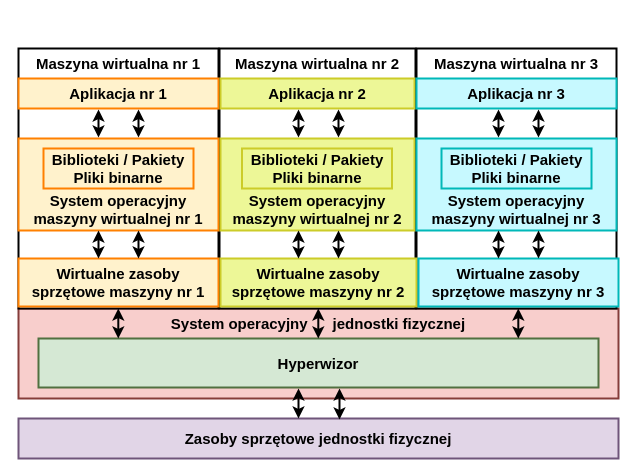
The draw.io diagram Virtualization.drawio in pabloducato/draw.io, before the edit. Source tidied: cells renumbered, new cells numbered last; positions are measured from the earlier drawing's top-left corner, leaving out a move shared by most shapes. Both pictures are drawn from the tidied source at 100%, with x=0, y=0 at pixel (18, 48).
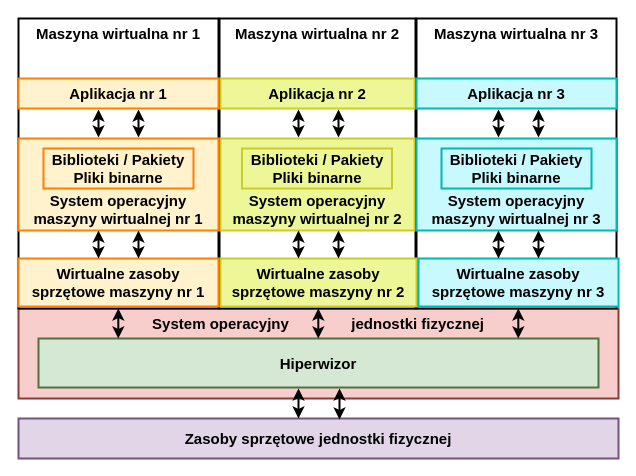
After the change.

What changed in the source:
```diff
@@
-    <mxCell id="2" value="System operacyjny&amp;nbsp; &amp;nbsp; &amp;nbsp; jednostki fizycznej" style="rounded=0;whiteSpace=wrap;html=1;fontStyle=1;fontSize=15;fillColor=#f8cecc;strokeWidth=2;strokeColor=#853D3A;verticalAlign=top;" parent="1" vertex="1">
+    <mxCell id="2" value="System operacyjny&amp;nbsp; &amp;nbsp; &amp;nbsp; &amp;nbsp; &amp;nbsp; &amp;nbsp; &amp;nbsp; &amp;nbsp;jednostki fizycznej" style="rounded=0;whiteSpace=wrap;html=1;fontStyle=1;fontSize=15;fillColor=#f8cecc;strokeWidth=2;strokeColor=#853D3A;verticalAlign=top;" parent="1" vertex="1">
       <mxGeometry y="260" width="600" height="90" as="geometry" />
     </mxCell>
     <mxCell id="3" value="&lt;b style=&quot;font-size: 15px;&quot;&gt;Maszyna wirtualna nr 3&lt;br style=&quot;font-size: 15px;&quot;&gt;&lt;/b&gt;" style="rounded=0;whiteSpace=wrap;html=1;fontSize=15;strokeWidth=2;horizontal=1;align=center;verticalAlign=top;" parent="1" vertex="1">
-      <mxGeometry x="398" width="200" height="260" as="geometry" />
+      <mxGeometry x="398" y="-30" width="200" height="290" as="geometry" />
     </mxCell>
     <mxCell id="4" value="&lt;b style=&quot;font-size: 15px;&quot;&gt;Maszyna wirtualna nr 2&lt;br style=&quot;font-size: 15px;&quot;&gt;&lt;/b&gt;" style="rounded=0;whiteSpace=wrap;html=1;fontSize=15;strokeWidth=2;horizontal=1;align=center;verticalAlign=top;" parent="1" vertex="1">
-      <mxGeometry x="201" width="196" height="260" as="geometry" />
+      <mxGeometry x="201" y="-30" width="196" height="290" as="geometry" />
     </mxCell>
     <mxCell id="5" value="&lt;b style=&quot;font-size: 15px;&quot;&gt;Maszyna wirtualna nr 1&lt;br style=&quot;font-size: 15px;&quot;&gt;&lt;/b&gt;" style="rounded=0;whiteSpace=wrap;html=1;fontSize=15;strokeWidth=2;horizontal=1;align=center;verticalAlign=top;" parent="1" vertex="1">
-      <mxGeometry width="200" height="260" as="geometry" />
+      <mxGeometry y="-30" width="200" height="290" as="geometry" />
     </mxCell>
@@
-    <mxCell id="7" value="Hyperwizor" style="rounded=0;whiteSpace=wrap;html=1;fontStyle=1;fontSize=15;fillColor=#d5e8d4;strokeWidth=2;strokeColor=#517040;" parent="1" vertex="1">
+    <mxCell id="7" value="Hiperwizor" style="rounded=0;whiteSpace=wrap;html=1;fontStyle=1;fontSize=15;fillColor=#d5e8d4;strokeWidth=2;strokeColor=#517040;" parent="1" vertex="1">
       <mxGeometry x="20" y="290" width="560" height="49" as="geometry" />
     </mxCell>
```
